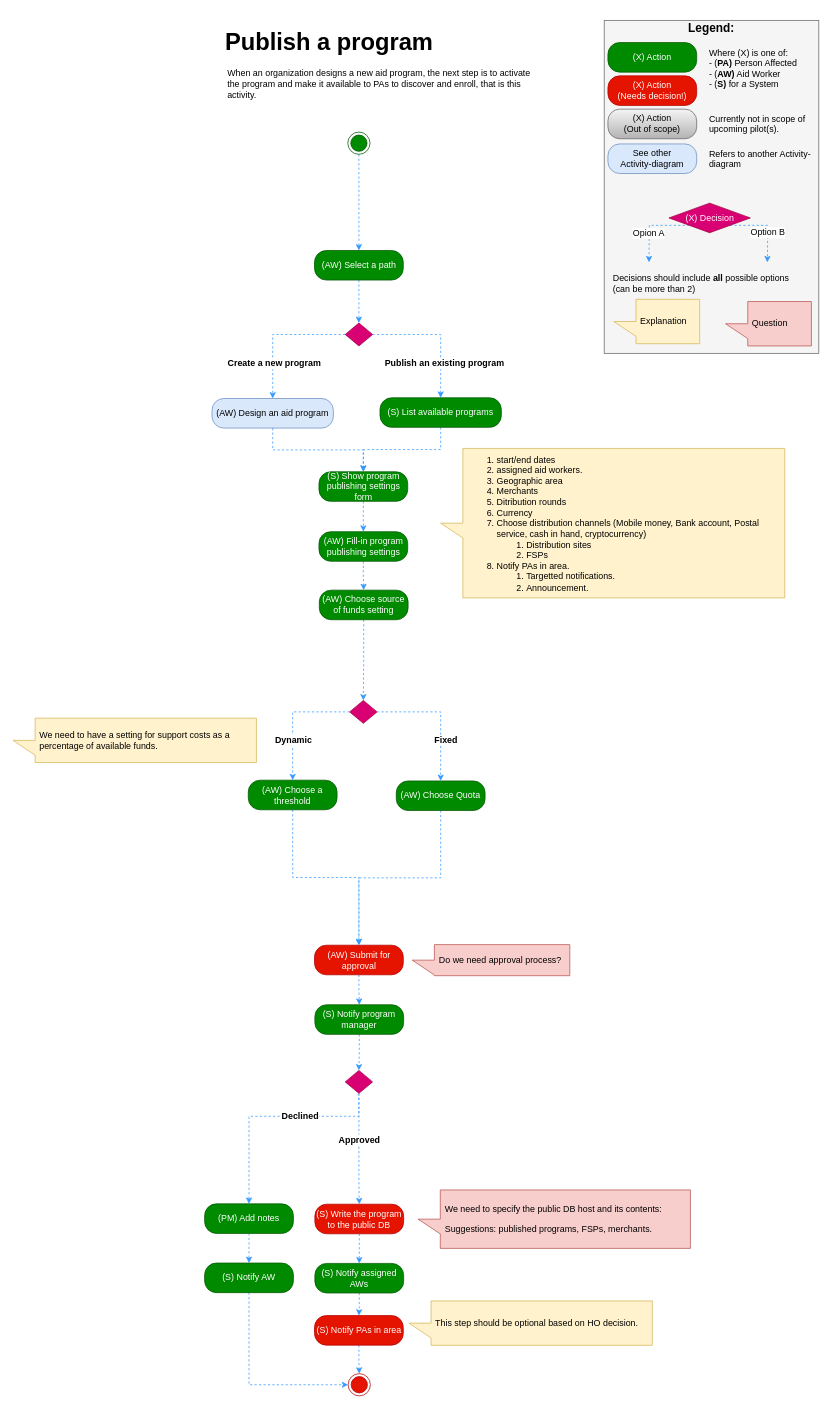
This is Activity Diagrams/Publish a program activity.drawio from nsward/diagrams, a draw.io file, before an edit. Source tidied: cells renumbered, new cells numbered last; positions are measured from the earlier drawing's top-left corner, leaving out a move shared by most shapes. Both pictures are drawn from the tidied source at 74%, with x=0, y=0 at pixel (13, 13).
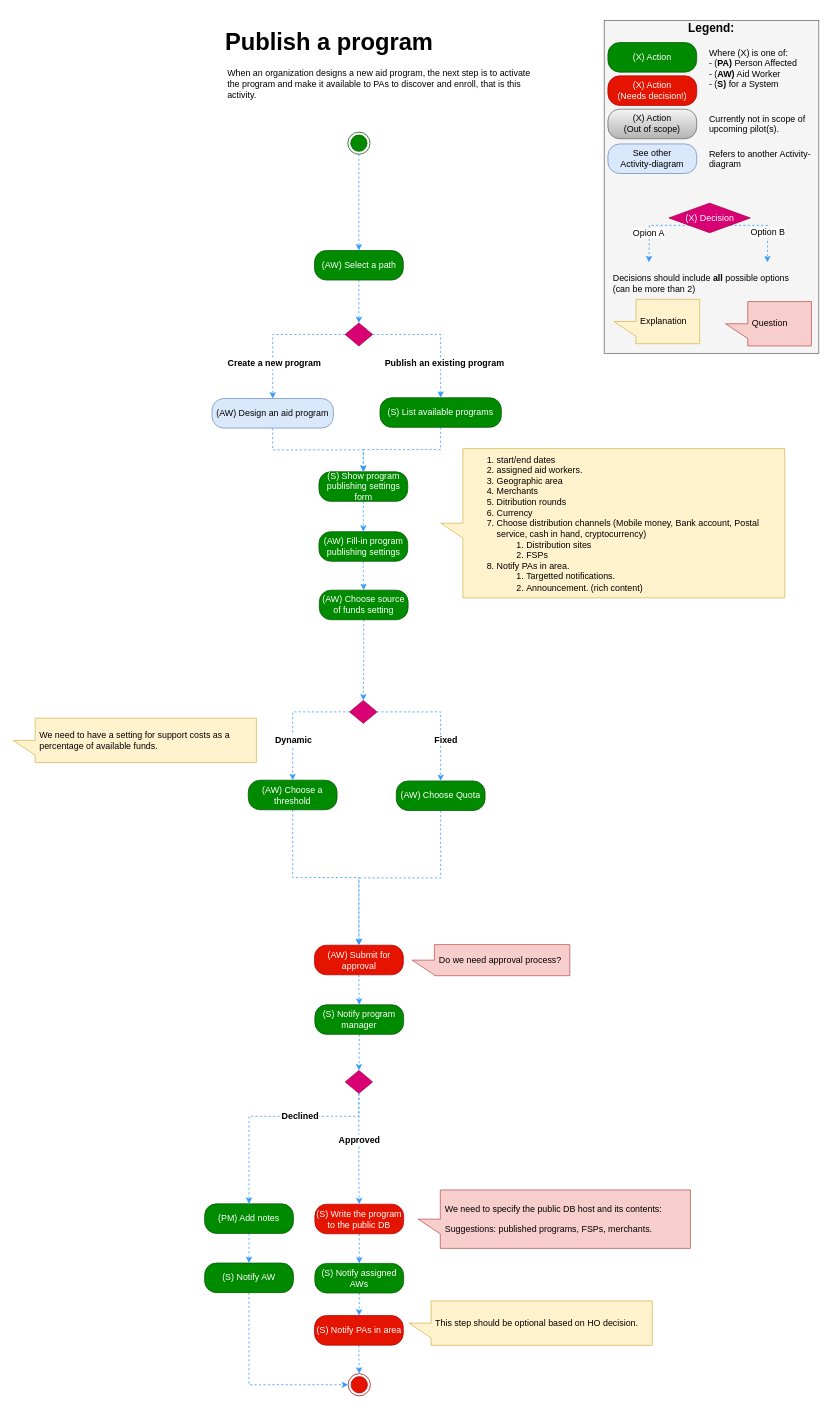
After the change.

Commit message:
Review from aid workers

The edit, as a diff of the source:
```diff
@@
-    <mxCell id="52" value="&lt;p&gt;&lt;/p&gt;&lt;ol&gt;&lt;li&gt;start/end dates&lt;/li&gt;&lt;li&gt;assigned aid workers.&lt;/li&gt;&lt;li&gt;Geographic area&lt;/li&gt;&lt;li&gt;Merchants&lt;/li&gt;&lt;li&gt;Ditribution rounds&lt;/li&gt;&lt;li&gt;Currency&lt;br&gt;&lt;/li&gt;&lt;li&gt;Choose distribution channels (Mobile money, Bank account, Postal service, cash in hand, cryptocurrency)&lt;/li&gt;&lt;ol&gt;&lt;li&gt;Distribution sites&lt;/li&gt;&lt;li&gt;FSPs&lt;/li&gt;&lt;/ol&gt;&lt;li&gt;Notify PAs in area.&lt;/li&gt;&lt;ol&gt;&lt;li&gt;Targetted notifications.&lt;/li&gt;&lt;li&gt;Announcement.&amp;nbsp;&amp;nbsp;&lt;/li&gt;&lt;/ol&gt;&lt;/ol&gt;&lt;p&gt;&lt;/p&gt;" style="shape=callout;whiteSpace=wrap;html=1;perimeter=calloutPerimeter;fillColor=#fff2cc;fontSize=12;align=left;strokeColor=#d6b656;spacingLeft=4;direction=south;" parent="1" vertex="1">
+    <mxCell id="52" value="&lt;p&gt;&lt;/p&gt;&lt;ol&gt;&lt;li&gt;start/end dates&lt;/li&gt;&lt;li&gt;assigned aid workers.&lt;/li&gt;&lt;li&gt;Geographic area&lt;/li&gt;&lt;li&gt;Merchants&lt;/li&gt;&lt;li&gt;Ditribution rounds&lt;/li&gt;&lt;li&gt;Currency&lt;br&gt;&lt;/li&gt;&lt;li&gt;Choose distribution channels (Mobile money, Bank account, Postal service, cash in hand, cryptocurrency)&lt;/li&gt;&lt;ol&gt;&lt;li&gt;Distribution sites&lt;/li&gt;&lt;li&gt;FSPs&lt;/li&gt;&lt;/ol&gt;&lt;li&gt;Notify PAs in area.&lt;/li&gt;&lt;ol&gt;&lt;li&gt;Targetted notifications.&lt;/li&gt;&lt;li&gt;Announcement. (rich content)&amp;nbsp;&lt;/li&gt;&lt;/ol&gt;&lt;/ol&gt;&lt;p&gt;&lt;/p&gt;" style="shape=callout;whiteSpace=wrap;html=1;perimeter=calloutPerimeter;fillColor=#fff2cc;fontSize=12;align=left;strokeColor=#d6b656;spacingLeft=4;direction=south;" parent="1" vertex="1">
       <mxGeometry x="578" y="588.5" width="465" height="202" as="geometry" />
     </mxCell>
```
